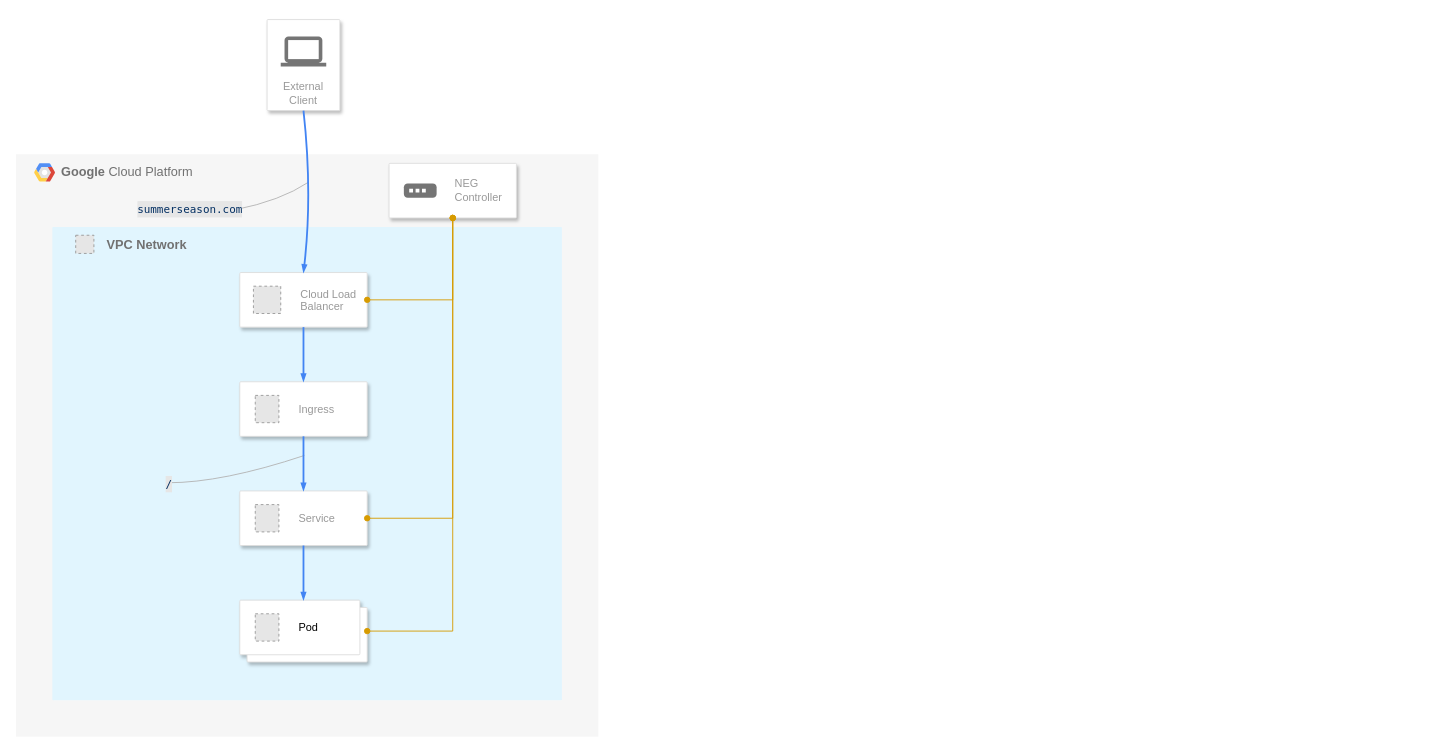
The draw.io diagram page "ingress2" (2 of 9) of map.drawio in cyokozai/k8sLB, before the edit. Source tidied: cells renumbered, new cells numbered last; positions are measured from the earlier drawing's top-left corner, leaving out a move shared by most shapes. Both pictures are drawn from the tidied source at 91%, with x=0, y=0 at pixel (15, 19). Pictures stored in the file or linked from it are replaced by grey dashed boxes.
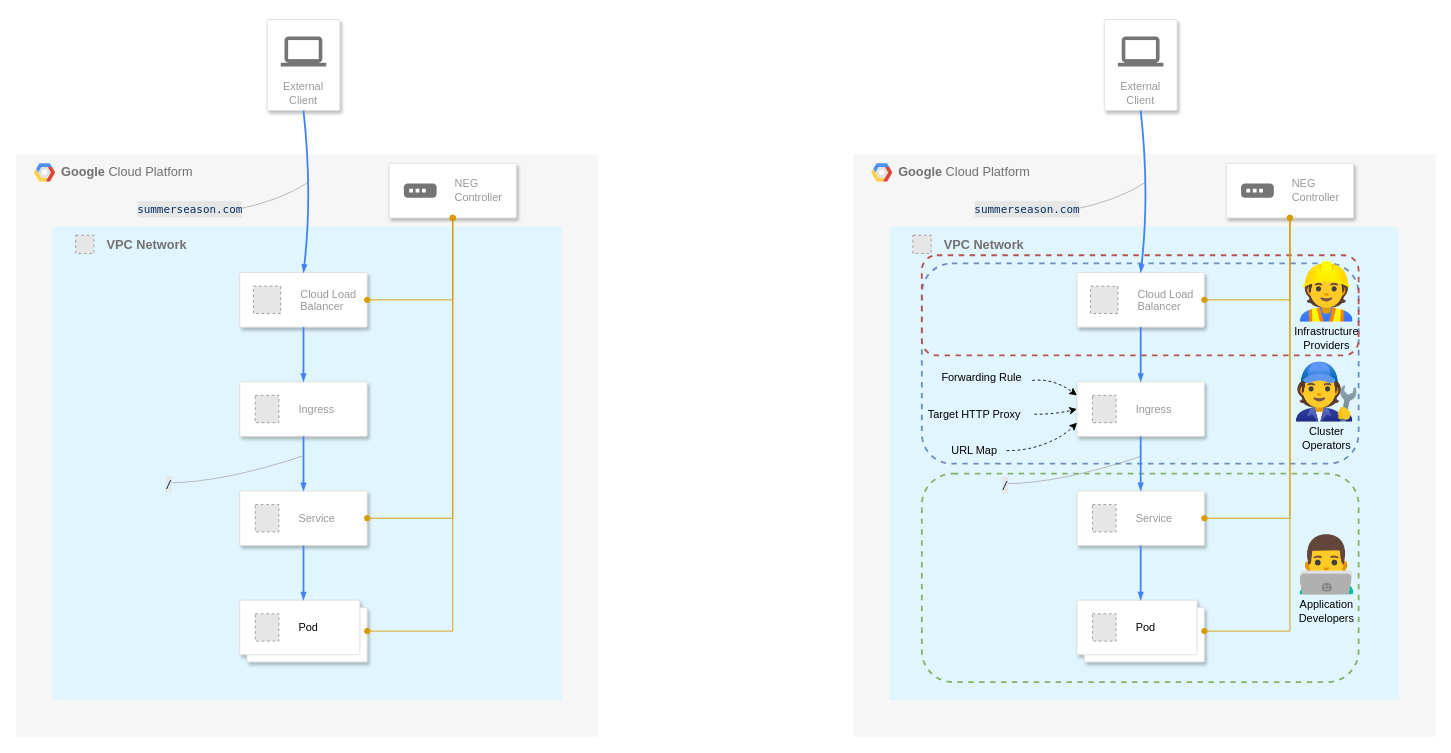
The same diagram, later.

Change to the diagram source:
```diff
@@
+    <mxCell id="34" value="&lt;b style=&quot;border-color: var(--border-color);&quot;&gt;Google&amp;nbsp;&lt;/b&gt;Cloud Platform" style="fillColor=#F6F6F6;strokeColor=none;shadow=0;gradientColor=none;fontSize=14;align=left;spacing=10;fontColor=#717171;9E9E9E;verticalAlign=top;spacingTop=-4;fontStyle=0;spacingLeft=40;html=1;" parent="1" vertex="1">
+      <mxGeometry x="920" y="148" width="640" height="640" as="geometry" />
+    </mxCell>
+    <mxCell id="35" style="group;" parent="1" vertex="1">
+      <mxGeometry x="960" y="228" width="560" height="520" as="geometry" />
+    </mxCell>
+    <mxCell id="36" style="sketch=0;rounded=1;absoluteArcSize=1;arcSize=2;html=1;strokeColor=none;gradientColor=none;shadow=0;dashed=0;fontSize=12;fontColor=#9E9E9E;align=left;verticalAlign=top;spacing=10;spacingTop=-4;fillColor=#E1F5FE;" parent="35" vertex="1">
+      <mxGeometry width="560" height="520" as="geometry" />
+    </mxCell>
+    <mxCell id="37" style="fillColor=#E6E6E6;strokeColor=#999999;dashed=1;verticalLabelPosition=bottom;labelBackgroundColor=#ffffff;verticalAlign=top;" parent="35" vertex="1">
+      <mxGeometry x="25.7" y="9" width="20" height="20" as="geometry" />
+    </mxCell>
+    <mxCell id="38" value="&lt;span style=&quot;font-size: 14px;&quot;&gt;&lt;b&gt;VPC Network&lt;/b&gt;&lt;/span&gt;" style="text;whiteSpace=wrap;html=1;fontColor=#717171;" parent="35" vertex="1">
+      <mxGeometry x="58.3" y="5" width="105.6" height="40" as="geometry" />
+    </mxCell>
+    <mxCell id="39" style="group;" parent="35" vertex="1">
+      <mxGeometry x="126.3" y="282" width="60" as="geometry" />
+    </mxCell>
+    <mxCell id="40" style="curved=1;endArrow=none;html=1;endFill=0;strokeColor=#B3B3B3;" parent="39" edge="1">
+      <mxGeometry relative="1" as="geometry">
+        <mxPoint as="sourcePoint" />
+        <mxPoint x="150" y="-30" as="targetPoint" />
+        <Array as="points">
+          <mxPoint x="60" />
+        </Array>
+      </mxGeometry>
+    </mxCell>
+    <mxCell id="41" value="&lt;div style=&quot;color: rgb(36, 41, 46); font-family: Menlo, Monaco, &amp;quot;Courier New&amp;quot;, monospace; font-size: 12px; line-height: 18px;&quot;&gt;&lt;div style=&quot;line-height: 18px; white-space-collapse: preserve;&quot;&gt;&lt;span style=&quot;color: #032f62;&quot;&gt;/&lt;/span&gt;&lt;/div&gt;&lt;/div&gt;" style="edgeLabel;html=1;align=center;verticalAlign=middle;labelBackgroundColor=#E6E6E6;" parent="39" vertex="1">
+      <mxGeometry as="geometry" />
+    </mxCell>
+    <mxCell id="42" style="rounded=1;whiteSpace=wrap;html=1;fillColor=none;strokeColor=#6c8ebf;dashed=1;strokeWidth=2;" parent="35" vertex="1">
+      <mxGeometry x="35.5" y="40" width="480" height="220" as="geometry" />
+    </mxCell>
+    <mxCell id="43" value="&lt;font style=&quot;font-size: 60px;&quot;&gt;🧑‍🔧&lt;/font&gt;&lt;div&gt;Cluster&lt;/div&gt;&lt;div&gt;Operators&lt;/div&gt;" style="text;html=1;align=center;verticalAlign=middle;strokeColor=none;fillColor=none;" parent="35" vertex="1">
+      <mxGeometry x="439.5" y="141" width="80" height="110" as="geometry" />
+    </mxCell>
+    <mxCell id="44" style="rounded=1;whiteSpace=wrap;html=1;fillColor=none;strokeColor=#b85450;dashed=1;strokeWidth=2;" parent="35" vertex="1">
+      <mxGeometry x="35.5" y="31" width="480" height="110" as="geometry" />
+    </mxCell>
+    <mxCell id="45" value="&lt;font style=&quot;font-size: 60px;&quot;&gt;👷&lt;/font&gt;&lt;div&gt;&lt;span style=&quot;background-color: initial;&quot;&gt;Infrastructure&lt;/span&gt;&lt;/div&gt;&lt;div&gt;&lt;span style=&quot;background-color: initial;&quot;&gt;Providers&lt;/span&gt;&lt;/div&gt;" style="text;html=1;align=center;verticalAlign=middle;strokeColor=none;fillColor=none;" parent="35" vertex="1">
+      <mxGeometry x="434.5" y="31" width="90" height="110" as="geometry" />
+    </mxCell>
+    <mxCell id="46" value="Forwarding Rule" style="text;html=1;align=center;verticalAlign=middle;points=[];strokeColor=none;fillColor=none;" parent="35" vertex="1">
+      <mxGeometry x="45.5" y="151" width="110" height="30" as="geometry" />
+    </mxCell>
+    <mxCell id="47" value="Target HTTP Proxy" style="text;html=1;align=center;verticalAlign=middle;points=[];strokeColor=none;fillColor=none;" parent="35" vertex="1">
+      <mxGeometry x="28.3" y="191" width="130" height="30" as="geometry" />
+    </mxCell>
+    <mxCell id="48" value="URL Map" style="text;html=1;align=center;verticalAlign=middle;points=[];strokeColor=none;fillColor=none;" parent="35" vertex="1">
+      <mxGeometry x="58.3" y="231" width="70" height="30" as="geometry" />
+    </mxCell>
+    <mxCell id="49" style="rounded=1;whiteSpace=wrap;html=1;fillColor=none;strokeColor=#82b366;dashed=1;strokeWidth=2;" parent="35" vertex="1">
+      <mxGeometry x="35.5" y="271" width="480" height="229" as="geometry" />
+    </mxCell>
+    <mxCell id="50" value="&lt;font style=&quot;font-size: 60px;&quot;&gt;👨‍💻&lt;/font&gt;&lt;div&gt;&lt;font style=&quot;font-size: 12px;&quot;&gt;Application&lt;/font&gt;&lt;/div&gt;&lt;div&gt;&lt;font style=&quot;font-size: 12px;&quot;&gt;Developers&lt;/font&gt;&lt;/div&gt;" style="text;html=1;align=center;verticalAlign=middle;strokeColor=none;fillColor=none;" parent="35" vertex="1">
+      <mxGeometry x="439.5" y="330.5" width="80" height="110" as="geometry" />
+    </mxCell>
+    <mxCell id="51" value="External&#10;Client" style="strokeColor=#dddddd;shadow=1;strokeWidth=1;rounded=1;absoluteArcSize=1;arcSize=2;labelPosition=center;verticalLabelPosition=middle;align=center;verticalAlign=bottom;spacingLeft=0;fontColor=#999999;fontSize=12;whiteSpace=wrap;spacingBottom=2;" parent="1" vertex="1">
+      <mxGeometry x="1196" width="80" height="100" as="geometry" />
+    </mxCell>
+    <mxCell id="52" style="sketch=0;dashed=0;html=1;fillColor=#757575;strokeColor=none;shape=mxgraph.gcp2.laptop;" parent="51" vertex="1">
+      <mxGeometry x="0.5" width="50" height="33" relative="1" as="geometry">
+        <mxPoint x="-25" y="18.5" as="offset" />
+      </mxGeometry>
+    </mxCell>
+    <mxCell id="53" style="strokeColor=#dddddd;shadow=1;strokeWidth=1;rounded=1;absoluteArcSize=1;arcSize=2;" parent="1" vertex="1">
+      <mxGeometry x="1166" y="278" width="140" height="60" as="geometry" />
+    </mxCell>
+    <mxCell id="54" value="Cloud Load&#10;Balancer" style="fillColor=#E6E6E6;strokeColor=#999999;dashed=1;fontColor=#999999;verticalLabelPosition=middle;labelBackgroundColor=#ffffff;verticalAlign=middle;labelPosition=right;align=left;spacingLeft=20;" parent="53" vertex="1">
+      <mxGeometry width="30" height="30" relative="1" as="geometry">
+        <mxPoint x="15" y="15" as="offset" />
+      </mxGeometry>
+    </mxCell>
+    <mxCell id="55" style="strokeColor=#dddddd;shadow=1;strokeWidth=1;rounded=1;absoluteArcSize=1;arcSize=2;fontColor=#999999;align=center;labelPosition=center;verticalLabelPosition=middle;verticalAlign=middle;" parent="1" vertex="1">
+      <mxGeometry x="1330" y="158" width="140" height="60" as="geometry" />
+    </mxCell>
+    <mxCell id="56" style="fillColor=#E6E6E6;strokeColor=#999999;dashed=1;html=1;fontColor=#999999;verticalLabelPosition=middle;verticalAlign=middle;labelPosition=right;align=left;spacingLeft=20;" parent="55" vertex="1">
+      <mxGeometry height="28" relative="1" as="geometry">
+        <mxPoint x="15" y="16" as="offset" />
+      </mxGeometry>
+    </mxCell>
+    <mxCell id="57" value="&lt;div style=&quot;text-align: left;&quot;&gt;&lt;span style=&quot;color: rgb(153, 153, 153);&quot;&gt;NEG&amp;nbsp;&lt;/span&gt;&lt;/div&gt;&lt;div style=&quot;text-align: left;&quot;&gt;&lt;span style=&quot;color: rgb(153, 153, 153);&quot;&gt;Controller&lt;/span&gt;&lt;/div&gt;" style="text;html=1;align=center;verticalAlign=middle;strokeColor=none;fillColor=none;fontFamily=Helvetica;fontSize=12;fontColor=default;labelBackgroundColor=none;" parent="55" vertex="1">
+      <mxGeometry x="58.3" y="10" width="80" height="40" as="geometry" />
+    </mxCell>
+    <mxCell id="58" style="sketch=0;dashed=0;html=1;fillColor=#757575;strokeColor=none;shape=mxgraph.gcp2.gateway_icon;align=center;verticalAlign=top;fontFamily=Helvetica;fontSize=12;fontColor=default;labelBackgroundColor=default;" parent="55" vertex="1">
+      <mxGeometry x="16.3" y="22.1" width="36" height="15.8" as="geometry" />
+    </mxCell>
+    <mxCell id="59" style="edgeStyle=orthogonalEdgeStyle;rounded=0;jettySize=auto;html=1;exitX=0.5;exitY=1;exitDx=0;exitDy=0;fontFamily=Helvetica;fontSize=12;fontColor=default;labelBackgroundColor=default;fillColor=#ffe6cc;strokeColor=#d79b00;endArrow=oval;endFill=1;startArrow=oval;startFill=1;entryX=1;entryY=0.5;entryDx=0;entryDy=0;" parent="1" edge="1" source="55" target="53">
+      <mxGeometry relative="1" as="geometry" />
+    </mxCell>
+    <mxCell id="60" style="strokeColor=#dddddd;shadow=1;strokeWidth=1;rounded=1;absoluteArcSize=1;arcSize=2;" parent="1" vertex="1">
+      <mxGeometry x="1166" y="518" width="140" height="60" as="geometry" />
+    </mxCell>
+    <mxCell id="61" value="Service" style="fillColor=#E6E6E6;strokeColor=#999999;dashed=1;fontColor=#999999;verticalLabelPosition=middle;labelBackgroundColor=#ffffff;verticalAlign=middle;labelPosition=right;align=left;spacingLeft=20;" parent="60" vertex="1">
+      <mxGeometry width="26" height="30" relative="1" as="geometry">
+        <mxPoint x="17" y="15" as="offset" />
+      </mxGeometry>
+    </mxCell>
+    <mxCell id="62" style="shape=mxgraph.gcp2.doubleRect;strokeColor=#dddddd;shadow=1;strokeWidth=1;rounded=1;absoluteArcSize=1;arcSize=2;" parent="1" vertex="1">
+      <mxGeometry x="1166" y="638" width="140" height="68" as="geometry" />
+    </mxCell>
+    <mxCell id="63" value="&lt;font color=&quot;#000000&quot;&gt;Pod&lt;/font&gt;" style="fillColor=#E6E6E6;strokeColor=#999999;dashed=1;html=1;fontColor=#999999;verticalLabelPosition=middle;labelBackgroundColor=#ffffff;verticalAlign=middle;labelPosition=right;align=left;spacingLeft=20;" parent="62" vertex="1">
+      <mxGeometry width="26" height="30" relative="1" as="geometry">
+        <mxPoint x="17" y="15" as="offset" />
+      </mxGeometry>
+    </mxCell>
+    <mxCell id="64" style="strokeColor=#dddddd;shadow=1;strokeWidth=1;rounded=1;absoluteArcSize=1;arcSize=2;" parent="1" vertex="1">
+      <mxGeometry x="1166" y="398" width="140" height="60" as="geometry" />
+    </mxCell>
+    <mxCell id="65" value="Ingress" style="fillColor=#E6E6E6;strokeColor=#999999;dashed=1;fontColor=#999999;verticalLabelPosition=middle;labelBackgroundColor=#ffffff;verticalAlign=middle;labelPosition=right;align=left;spacingLeft=20;" parent="64" vertex="1">
+      <mxGeometry width="26" height="30" relative="1" as="geometry">
+        <mxPoint x="17" y="15" as="offset" />
+      </mxGeometry>
+    </mxCell>
+    <mxCell id="66" style="curved=1;endArrow=blockThin;html=1;fontSize=12;rounded=0;strokeColor=#4284F3;endFill=1;strokeWidth=2;endSize=4;startSize=4;dashed=0;entryX=0.5;entryY=0;entryDx=0;entryDy=0;exitX=0.5;exitY=1;exitDx=0;exitDy=0;" parent="1" edge="1" source="53" target="64">
+      <mxGeometry relative="1" as="geometry" />
+    </mxCell>
+    <mxCell id="67" style="curved=1;endArrow=blockThin;html=1;fontSize=12;rounded=0;strokeColor=#4284F3;endFill=1;strokeWidth=2;endSize=4;startSize=4;dashed=0;entryX=0.5;entryY=0;entryDx=0;entryDy=0;exitX=0.5;exitY=1;exitDx=0;exitDy=0;" parent="1" edge="1" source="64" target="60">
+      <mxGeometry relative="1" as="geometry" />
+    </mxCell>
+    <mxCell id="68" style="curved=1;endArrow=blockThin;html=1;fontSize=12;rounded=0;strokeColor=#4284F3;endFill=1;strokeWidth=2;endSize=4;startSize=4;dashed=0;entryX=0.5;entryY=0;entryDx=0;entryDy=0;exitX=0.5;exitY=1;exitDx=0;exitDy=0;" parent="1" edge="1" source="60" target="62">
+      <mxGeometry relative="1" as="geometry" />
+    </mxCell>
+    <mxCell id="69" style="edgeStyle=orthogonalEdgeStyle;rounded=0;jettySize=auto;html=1;exitX=0.5;exitY=1;exitDx=0;exitDy=0;fontFamily=Helvetica;fontSize=12;fontColor=default;labelBackgroundColor=default;fillColor=#ffe6cc;strokeColor=#d79b00;endArrow=oval;endFill=1;startArrow=oval;startFill=1;entryX=1;entryY=0.5;entryDx=0;entryDy=0;" parent="1" edge="1" source="55" target="62">
+      <mxGeometry relative="1" as="geometry">
+        <Array as="points">
+          <mxPoint x="1400" y="672" />
+        </Array>
+      </mxGeometry>
+    </mxCell>
+    <mxCell id="70" style="edgeStyle=orthogonalEdgeStyle;rounded=0;jettySize=auto;html=1;exitX=0.5;exitY=1;exitDx=0;exitDy=0;fontFamily=Helvetica;fontSize=12;fontColor=default;labelBackgroundColor=default;fillColor=#ffe6cc;strokeColor=#d79b00;endArrow=oval;endFill=1;startArrow=oval;startFill=1;entryX=1;entryY=0.5;entryDx=0;entryDy=0;" parent="1" edge="1" source="55" target="60">
+      <mxGeometry relative="1" as="geometry" />
+    </mxCell>
+    <mxCell id="71" style="curved=1;endArrow=none;html=1;endFill=0;strokeColor=#B3B3B3;" parent="1" edge="1">
+      <mxGeometry relative="1" as="geometry">
+        <mxPoint x="1161" y="209" as="sourcePoint" />
+        <mxPoint x="1241" y="179" as="targetPoint" />
+        <Array as="points">
+          <mxPoint x="1211" y="199" />
+        </Array>
+      </mxGeometry>
+    </mxCell>
+    <mxCell id="72" style="shape=mxgraph.gcp2.google_cloud_platform;fillColor=#F6F6F6;strokeColor=none;shadow=0;gradientColor=none;" parent="1" vertex="1">
+      <mxGeometry x="940" y="158" width="23" height="20" as="geometry">
+        <mxPoint x="20" y="10" as="offset" />
+      </mxGeometry>
+    </mxCell>
+    <mxCell id="73" value="&lt;div style=&quot;color: rgb(36, 41, 46); font-family: Menlo, Monaco, &amp;quot;Courier New&amp;quot;, monospace; font-size: 12px; line-height: 18px;&quot;&gt;&lt;div style=&quot;line-height: 18px; white-space-collapse: preserve;&quot;&gt;&lt;span style=&quot;color: #032f62;&quot;&gt;summerseason.com&lt;/span&gt;&lt;/div&gt;&lt;/div&gt;" style="edgeLabel;html=1;align=center;verticalAlign=middle;labelBackgroundColor=#E6E6E6;" parent="1" vertex="1">
+      <mxGeometry x="1110" y="207" as="geometry" />
+    </mxCell>
+    <mxCell id="74" style="curved=1;endArrow=blockThin;html=1;fontSize=12;rounded=0;strokeColor=#4284F3;endFill=1;strokeWidth=2;endSize=4;startSize=4;dashed=0;entryX=0.5;entryY=0;entryDx=0;entryDy=0;exitX=0.5;exitY=1;exitDx=0;exitDy=0;" parent="1" edge="1" source="51" target="53">
+      <mxGeometry relative="1" as="geometry">
+        <Array as="points">
+          <mxPoint x="1246" y="190.5" />
+        </Array>
+      </mxGeometry>
+    </mxCell>
+    <mxCell id="75" style="curved=1;endArrow=classic;html=1;rounded=0;dashed=1;exitX=1.006;exitY=0.489;exitDx=0;exitDy=0;exitPerimeter=0;entryX=0;entryY=0.75;entryDx=0;entryDy=0;" parent="1" edge="1" source="48" target="64">
+      <mxGeometry relative="1" as="geometry">
+        <Array as="points">
+          <mxPoint x="1110" y="474" />
+          <mxPoint x="1150" y="459" />
+        </Array>
+      </mxGeometry>
+    </mxCell>
+    <mxCell id="76" style="curved=1;endArrow=classic;html=1;rounded=0;dashed=1;exitX=1.006;exitY=0.489;exitDx=0;exitDy=0;exitPerimeter=0;entryX=0;entryY=0.5;entryDx=0;entryDy=0;" parent="1" edge="1" source="47" target="64">
+      <mxGeometry relative="1" as="geometry">
+        <Array as="points">
+          <mxPoint x="1140" y="434" />
+        </Array>
+      </mxGeometry>
+    </mxCell>
+    <mxCell id="77" style="curved=1;endArrow=classic;html=1;rounded=0;dashed=1;exitX=1.012;exitY=0.585;exitDx=0;exitDy=0;exitPerimeter=0;entryX=0;entryY=0.25;entryDx=0;entryDy=0;" parent="1" edge="1" source="46" target="64">
+      <mxGeometry relative="1" as="geometry">
+        <Array as="points">
+          <mxPoint x="1140" y="394" />
+        </Array>
+      </mxGeometry>
+    </mxCell>
```
